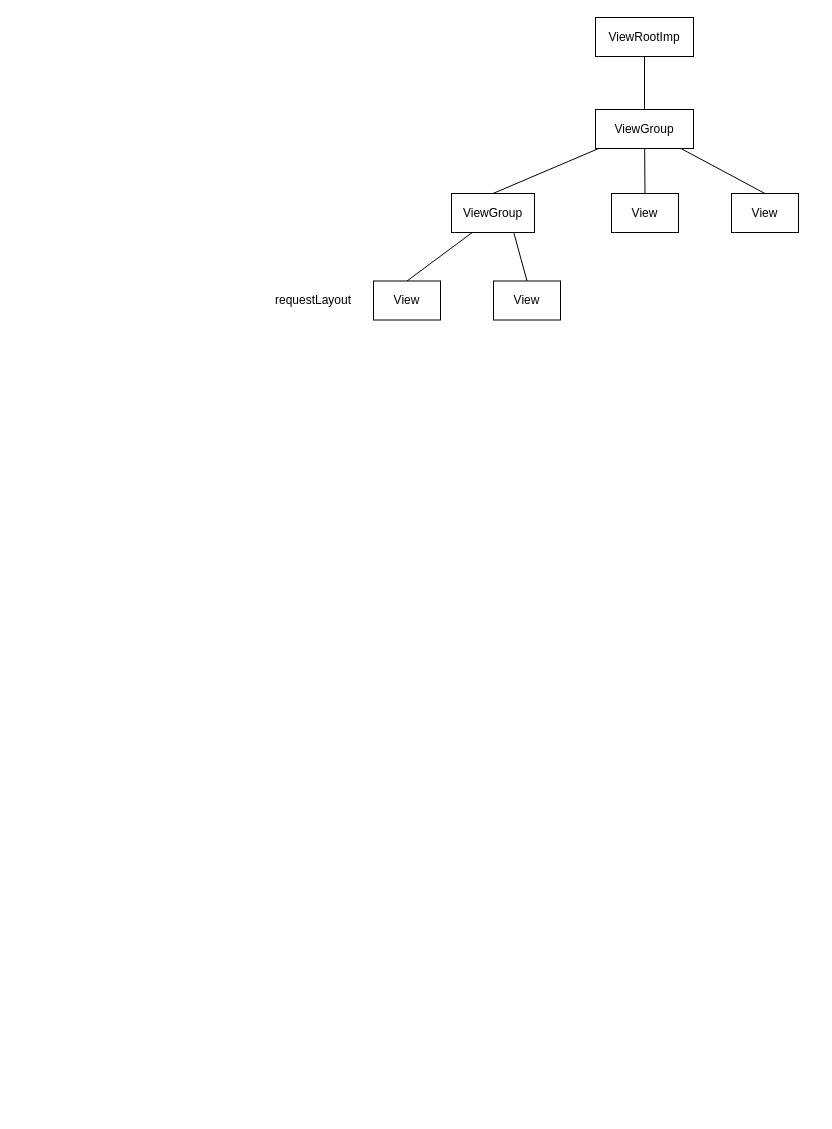
This is 未命名绘图.drawio from tah9/nima, a draw.io file, before an edit. Source tidied: cells renumbered, new cells numbered last; positions are measured from the earlier drawing's top-left corner, leaving out a move shared by most shapes. Both pictures are drawn from the tidied source at 100%, with x=0, y=0 at pixel (283, 17).
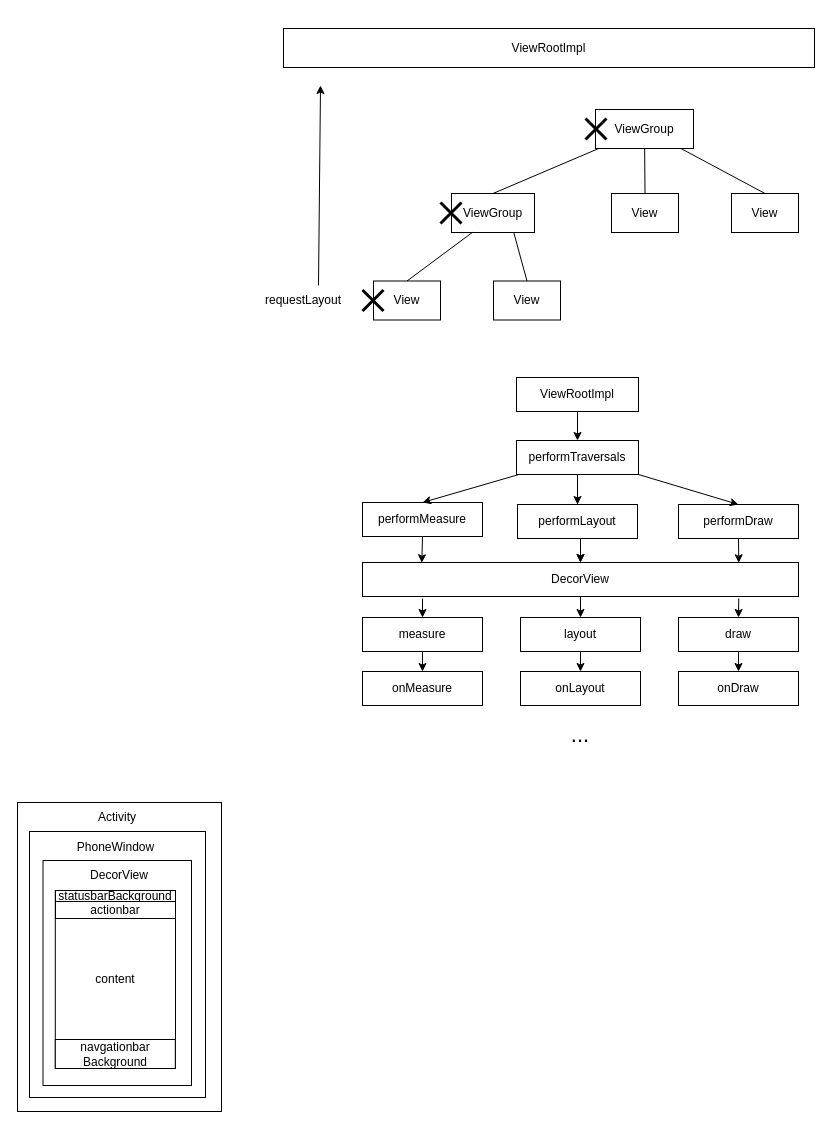
The same diagram, later.

Commit message:
更新未命名绘图.drawio

The change refers to these unchanged cells:
```xml
<mxCell id="3" value="ViewGroup" style="rounded=0;whiteSpace=wrap;html=1;" parent="1" vertex="1">
  <mxGeometry x="312" y="92" width="98" height="39" as="geometry" />
</mxCell>
```

The edit, as a diff of the source:
```diff
@@
     <mxCell id="2" value="requestLayout" style="text;strokeColor=none;align=center;fillColor=none;html=1;verticalAlign=middle;whiteSpace=wrap;rounded=0;" parent="1" vertex="1">
-      <mxGeometry y="268" width="60" height="30" as="geometry" />
+      <mxGeometry x="-10" y="268" width="60" height="30" as="geometry" />
     </mxCell>
@@
-    <mxCell id="14" value="ViewRootImp" style="rounded=0;whiteSpace=wrap;html=1;" parent="1" vertex="1">
-      <mxGeometry x="312" width="98" height="39" as="geometry" />
+    <mxCell id="14" value="ViewRootImpl" style="rounded=0;whiteSpace=wrap;html=1;" parent="1" vertex="1">
+      <mxGeometry y="11" width="531" height="39" as="geometry" />
     </mxCell>
-    <mxCell id="15" style="endArrow=none;html=1;rounded=0;exitX=0.5;exitY=0;exitDx=0;exitDy=0;entryX=0.5;entryY=1;entryDx=0;entryDy=0;" parent="1" edge="1" source="3" target="14">
-      <mxGeometry relative="1" as="geometry" />
-    </mxCell>
+    <mxCell id="16" style="shape=umlDestroy;whiteSpace=wrap;html=1;strokeWidth=3;targetShapes=umlLifeline;" parent="1" vertex="1">
+      <mxGeometry x="79" y="272.5" width="21" height="21" as="geometry" />
+    </mxCell>
+    <mxCell id="17" style="shape=umlDestroy;whiteSpace=wrap;html=1;strokeWidth=3;targetShapes=umlLifeline;" parent="1" vertex="1">
+      <mxGeometry x="157" y="185" width="21" height="21" as="geometry" />
+    </mxCell>
+    <mxCell id="18" style="shape=umlDestroy;whiteSpace=wrap;html=1;strokeWidth=3;targetShapes=umlLifeline;" parent="1" vertex="1">
+      <mxGeometry x="302" y="101" width="21" height="21" as="geometry" />
+    </mxCell>
+    <mxCell id="19" style="endArrow=classic;html=1;rounded=0;exitX=0.75;exitY=0;exitDx=0;exitDy=0;" parent="1" edge="1" source="2">
+      <mxGeometry relative="1" as="geometry">
+        <mxPoint x="37" y="68" as="targetPoint" />
+      </mxGeometry>
+    </mxCell>
+    <mxCell id="20" style="edgeStyle=orthogonalEdgeStyle;rounded=0;jettySize=auto;html=1;" parent="1" edge="1" source="21" target="37">
+      <mxGeometry relative="1" as="geometry" />
+    </mxCell>
+    <mxCell id="21" value="performTraversals" style="rounded=0;whiteSpace=wrap;html=1;" parent="1" vertex="1">
+      <mxGeometry x="233" y="423" width="122" height="34" as="geometry" />
+    </mxCell>
+    <mxCell id="22" value="performMeasure" style="rounded=0;whiteSpace=wrap;html=1;" parent="1" vertex="1">
+      <mxGeometry x="79" y="485" width="120" height="34" as="geometry" />
+    </mxCell>
+    <mxCell id="23" value="measure" style="rounded=0;whiteSpace=wrap;html=1;" parent="1" vertex="1">
+      <mxGeometry x="79" y="600" width="120" height="34" as="geometry" />
+    </mxCell>
+    <mxCell id="24" value="onMeasure" style="rounded=0;whiteSpace=wrap;html=1;" parent="1" vertex="1">
+      <mxGeometry x="79" y="654" width="120" height="34" as="geometry" />
+    </mxCell>
+    <mxCell id="25" style="endArrow=classic;html=1;rounded=0;entryX=0.5;entryY=0;entryDx=0;entryDy=0;" parent="1" edge="1" source="21" target="22">
+      <mxGeometry relative="1" as="geometry" />
+    </mxCell>
+    <mxCell id="26" value="performLayout" style="rounded=0;whiteSpace=wrap;html=1;" parent="1" vertex="1">
+      <mxGeometry x="234" y="487" width="120" height="34" as="geometry" />
+    </mxCell>
+    <mxCell id="27" value="layout" style="rounded=0;whiteSpace=wrap;html=1;" parent="1" vertex="1">
+      <mxGeometry x="237" y="600" width="120" height="34" as="geometry" />
+    </mxCell>
+    <mxCell id="28" value="onLayout" style="rounded=0;whiteSpace=wrap;html=1;" parent="1" vertex="1">
+      <mxGeometry x="237" y="654" width="120" height="34" as="geometry" />
+    </mxCell>
+    <mxCell id="29" value="performDraw" style="rounded=0;whiteSpace=wrap;html=1;" parent="1" vertex="1">
+      <mxGeometry x="395" y="487" width="120" height="34" as="geometry" />
+    </mxCell>
+    <mxCell id="30" value="draw" style="rounded=0;whiteSpace=wrap;html=1;" parent="1" vertex="1">
+      <mxGeometry x="395" y="600" width="120" height="34" as="geometry" />
+    </mxCell>
+    <mxCell id="31" value="onDraw" style="rounded=0;whiteSpace=wrap;html=1;" parent="1" vertex="1">
+      <mxGeometry x="395" y="654" width="120" height="34" as="geometry" />
+    </mxCell>
+    <mxCell id="32" style="endArrow=classic;html=1;rounded=0;exitX=0.5;exitY=1;exitDx=0;exitDy=0;" parent="1" edge="1" source="23" target="24">
+      <mxGeometry relative="1" as="geometry" />
+    </mxCell>
+    <mxCell id="33" style="endArrow=classic;html=1;rounded=0;exitX=0.5;exitY=1;exitDx=0;exitDy=0;entryX=0.5;entryY=0;entryDx=0;entryDy=0;" parent="1" edge="1" source="27" target="28">
+      <mxGeometry relative="1" as="geometry" />
+    </mxCell>
+    <mxCell id="34" style="endArrow=classic;html=1;rounded=0;exitX=0.5;exitY=1;exitDx=0;exitDy=0;entryX=0.5;entryY=0;entryDx=0;entryDy=0;" parent="1" edge="1" source="30" target="31">
+      <mxGeometry relative="1" as="geometry" />
+    </mxCell>
+    <mxCell id="35" style="endArrow=classic;html=1;rounded=0;exitX=0.5;exitY=1;exitDx=0;exitDy=0;entryX=0.5;entryY=0;entryDx=0;entryDy=0;" parent="1" edge="1" source="21" target="26">
+      <mxGeometry relative="1" as="geometry" />
+    </mxCell>
+    <mxCell id="36" style="endArrow=classic;html=1;rounded=0;exitX=1;exitY=1;exitDx=0;exitDy=0;entryX=0.5;entryY=0;entryDx=0;entryDy=0;" parent="1" edge="1" source="21" target="29">
+      <mxGeometry relative="1" as="geometry" />
+    </mxCell>
+    <mxCell id="37" value="DecorView" style="rounded=0;whiteSpace=wrap;html=1;" parent="1" vertex="1">
+      <mxGeometry x="79" y="545" width="436" height="34" as="geometry" />
+    </mxCell>
+    <mxCell id="38" style="endArrow=classic;html=1;rounded=0;entryX=0.5;entryY=0;entryDx=0;entryDy=0;" parent="1" edge="1" target="23">
+      <mxGeometry relative="1" as="geometry">
+        <mxPoint x="139" y="581" as="sourcePoint" />
+      </mxGeometry>
+    </mxCell>
+    <mxCell id="39" style="endArrow=classic;html=1;rounded=0;exitX=0.5;exitY=1;exitDx=0;exitDy=0;" parent="1" edge="1" source="37" target="27">
+      <mxGeometry relative="1" as="geometry" />
+    </mxCell>
+    <mxCell id="40" style="endArrow=classic;html=1;rounded=0;exitX=0.863;exitY=1.053;exitDx=0;exitDy=0;entryX=0.5;entryY=0;entryDx=0;entryDy=0;exitPerimeter=0;" parent="1" edge="1" source="37" target="30">
+      <mxGeometry relative="1" as="geometry" />
+    </mxCell>
+    <mxCell id="41" style="endArrow=classic;html=1;rounded=0;exitX=0.5;exitY=1;exitDx=0;exitDy=0;entryX=0.136;entryY=0.008;entryDx=0;entryDy=0;entryPerimeter=0;" parent="1" edge="1" source="22" target="37">
+      <mxGeometry relative="1" as="geometry" />
+    </mxCell>
+    <mxCell id="42" style="endArrow=classic;html=1;rounded=0;entryX=0.5;entryY=0;entryDx=0;entryDy=0;" parent="1" edge="1" target="37">
+      <mxGeometry relative="1" as="geometry">
+        <mxPoint x="297" y="521" as="sourcePoint" />
+      </mxGeometry>
+    </mxCell>
+    <mxCell id="43" style="endArrow=classic;html=1;rounded=0;exitX=0.863;exitY=1.053;exitDx=0;exitDy=0;exitPerimeter=0;entryX=0.863;entryY=0.008;entryDx=0;entryDy=0;entryPerimeter=0;" parent="1" edge="1" target="37">
+      <mxGeometry relative="1" as="geometry">
+        <mxPoint x="455" y="521" as="sourcePoint" />
+      </mxGeometry>
+    </mxCell>
+    <mxCell id="44" value="ViewRootImpl" style="rounded=0;whiteSpace=wrap;html=1;" parent="1" vertex="1">
+      <mxGeometry x="233" y="360" width="122" height="34" as="geometry" />
+    </mxCell>
+    <mxCell id="45" style="endArrow=classic;html=1;rounded=0;entryX=0.5;entryY=0;entryDx=0;entryDy=0;" parent="1" edge="1" target="21">
+      <mxGeometry relative="1" as="geometry">
+        <mxPoint x="294" y="394" as="sourcePoint" />
+      </mxGeometry>
+    </mxCell>
+    <mxCell id="46" value="&lt;font style=&quot;font-size: 22px;&quot;&gt;...&lt;/font&gt;" style="text;strokeColor=none;align=center;fillColor=none;html=1;verticalAlign=middle;whiteSpace=wrap;rounded=0;" parent="1" vertex="1">
+      <mxGeometry x="254" y="698" width="86" height="40" as="geometry" />
+    </mxCell>
+    <mxCell id="47" style="rounded=0;whiteSpace=wrap;html=1;" parent="1" vertex="1">
+      <mxGeometry x="-266" y="785" width="204" height="309" as="geometry" />
+    </mxCell>
+    <mxCell id="48" value="Activity" style="text;strokeColor=none;align=center;fillColor=none;html=1;verticalAlign=middle;whiteSpace=wrap;rounded=0;" parent="1" vertex="1">
+      <mxGeometry x="-196" y="785" width="60" height="30" as="geometry" />
+    </mxCell>
+    <mxCell id="49" style="rounded=0;whiteSpace=wrap;html=1;" parent="1" vertex="1">
+      <mxGeometry x="-254" y="814" width="176" height="266" as="geometry" />
+    </mxCell>
+    <mxCell id="50" style="rounded=0;whiteSpace=wrap;html=1;" parent="1" vertex="1">
+      <mxGeometry x="-240.5" y="843" width="148.5" height="225" as="geometry" />
+    </mxCell>
+    <mxCell id="51" value="PhoneWindow" style="text;strokeColor=none;align=center;fillColor=none;html=1;verticalAlign=middle;whiteSpace=wrap;rounded=0;" parent="1" vertex="1">
+      <mxGeometry x="-210.5" y="815" width="84.5" height="30" as="geometry" />
+    </mxCell>
+    <mxCell id="52" value="DecorView" style="text;strokeColor=none;align=center;fillColor=none;html=1;verticalAlign=middle;whiteSpace=wrap;rounded=0;" parent="1" vertex="1">
+      <mxGeometry x="-194" y="843" width="60" height="30" as="geometry" />
+    </mxCell>
+    <mxCell id="53" value="content" style="rounded=0;whiteSpace=wrap;html=1;" parent="1" vertex="1">
+      <mxGeometry x="-228.2" y="873" width="120.2" height="178" as="geometry" />
+    </mxCell>
+    <mxCell id="54" value="statusbarBackground" style="rounded=0;whiteSpace=wrap;html=1;" parent="1" vertex="1">
+      <mxGeometry x="-228" y="873" width="120" height="11" as="geometry" />
+    </mxCell>
+    <mxCell id="55" value="navgationbar&lt;br&gt;Background" style="rounded=0;whiteSpace=wrap;html=1;" parent="1" vertex="1">
+      <mxGeometry x="-228.2" y="1022" width="120" height="29" as="geometry" />
+    </mxCell>
+    <mxCell id="56" value="actionbar" style="rounded=0;whiteSpace=wrap;html=1;" parent="1" vertex="1">
+      <mxGeometry x="-228" y="884" width="120" height="17" as="geometry" />
+    </mxCell>
```
